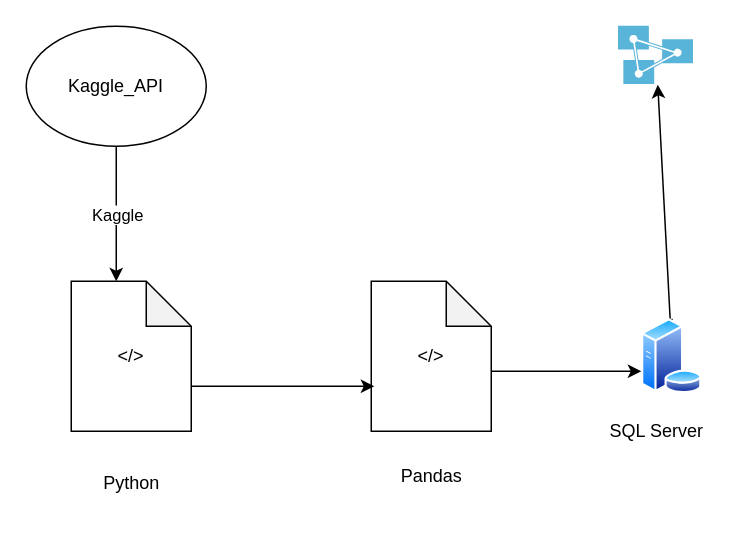
Before: SystemArchtecture.drawio in SIDAComtech-SIDAGA/EndToEnd_Analysis, a draw.io diagram. Source tidied: cells renumbered, new cells numbered last; positions are measured from the earlier drawing's top-left corner, leaving out a move shared by most shapes. Both pictures are drawn from the tidied source at 150%, with x=0, y=0 at pixel (26, 26).
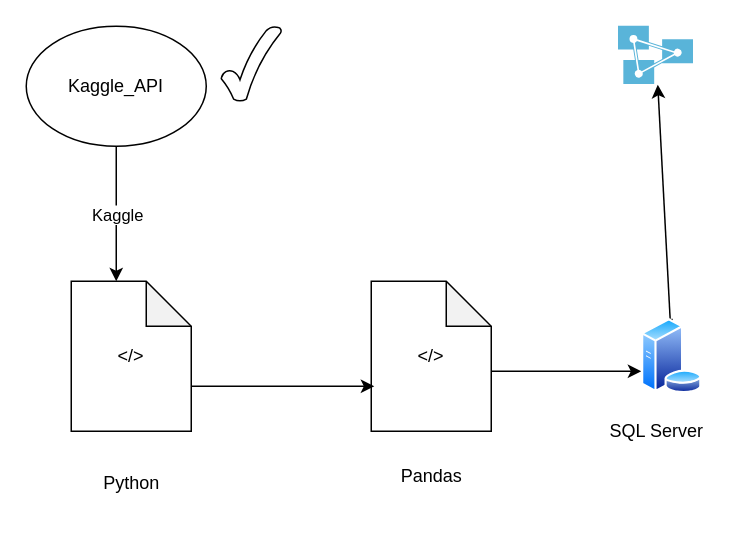
Above is the later version.

What changed in the source:
```diff
@@
+    <mxCell id="16" style="verticalLabelPosition=bottom;verticalAlign=top;html=1;shape=mxgraph.basic.tick;" parent="1" vertex="1">
+      <mxGeometry x="130" width="40" height="50" as="geometry" />
+    </mxCell>
```
